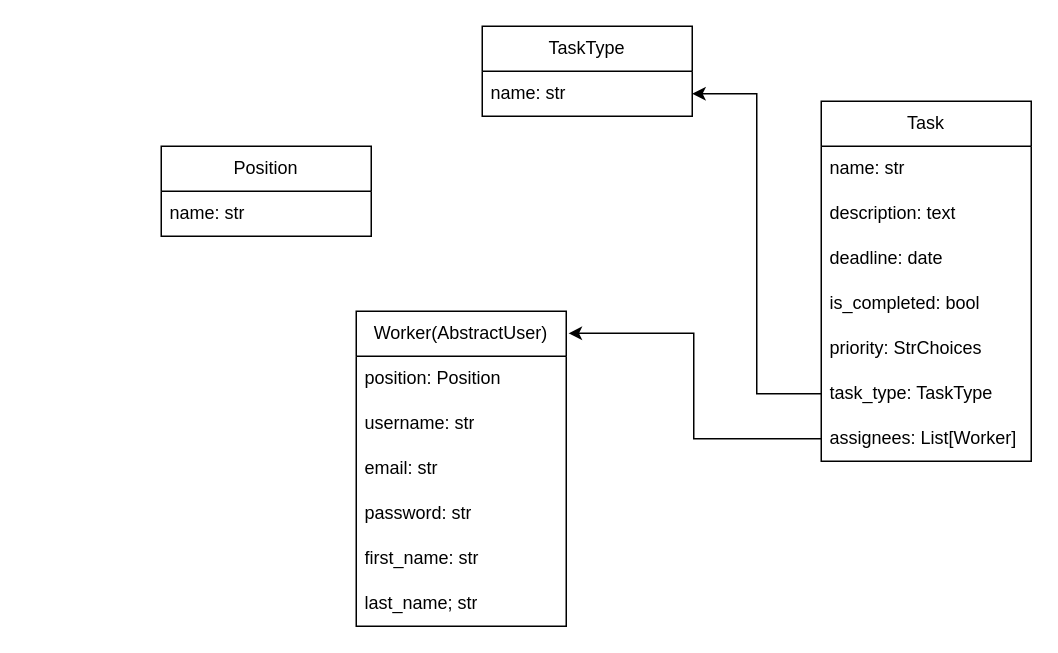
This is Untitled Diagram.drawio from Olevsky-Ivan/IT-Company-Task-Manager, a draw.io file, before an edit. Source tidied: cells renumbered, new cells numbered last; positions are measured from the earlier drawing's top-left corner, leaving out a move shared by most shapes. Both pictures are drawn from the tidied source at 150%, with x=0, y=0 at pixel (160, 26).
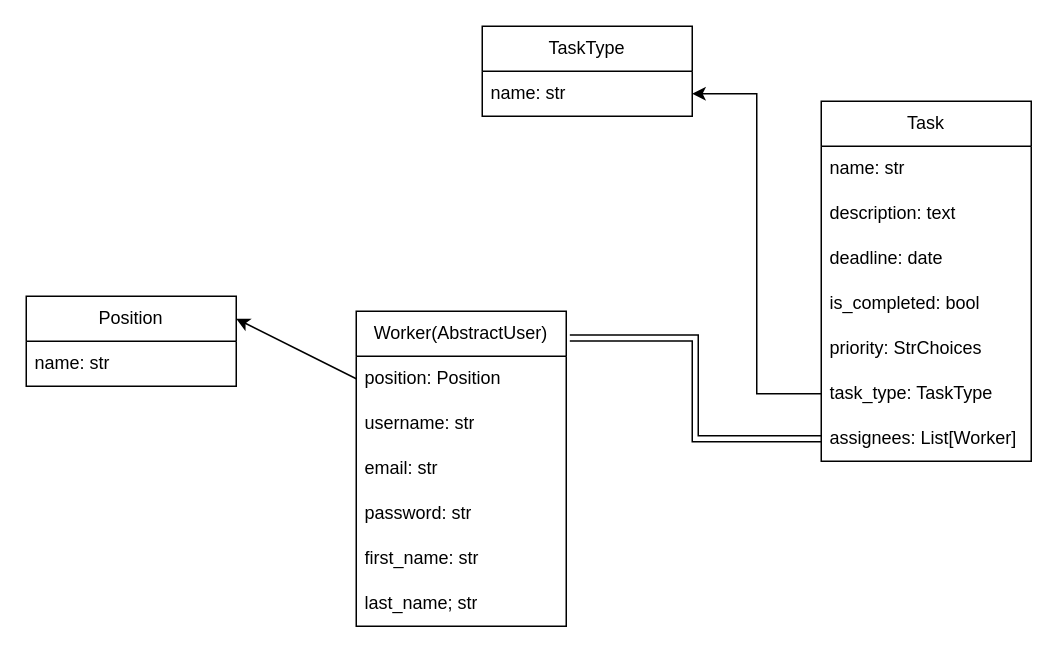
The same page after the edit.

The change refers to these unchanged cells:
```xml
<mxCell id="10" value="assignees: List[Worker]" style="text;strokeColor=none;fillColor=none;align=left;verticalAlign=middle;spacingLeft=4;spacingRight=4;overflow=hidden;points=[[0,0.5],[1,0.5]];portConstraint=eastwest;whiteSpace=wrap;html=1;" parent="3" vertex="1">
  <mxGeometry y="210" width="140" height="30" as="geometry" />
</mxCell>
<mxCell id="11" value="Worker(AbstractUser)" style="swimlane;fontStyle=0;horizontal=1;startSize=30;whiteSpace=wrap;html=1;" parent="1" vertex="1">
  <mxGeometry x="130" y="190" width="140" height="210" as="geometry" />
</mxCell>
<mxCell id="12" value="position: Position" style="text;strokeColor=none;fillColor=none;align=left;verticalAlign=middle;spacingLeft=4;spacingRight=4;overflow=hidden;points=[[0,0.5],[1,0.5]];portConstraint=eastwest;whiteSpace=wrap;html=1;" parent="11" vertex="1">
  <mxGeometry y="30" width="140" height="30" as="geometry" />
</mxCell>
```

Diff of the diagram source:
```diff
@@
-    <mxCell id="2" style="edgeStyle=orthogonalEdgeStyle;rounded=0;jettySize=auto;html=1;exitX=0;exitY=0.5;exitDx=0;exitDy=0;entryX=1.011;entryY=0.07;entryDx=0;entryDy=0;entryPerimeter=0;" parent="1" edge="1" source="10" target="11">
-      <mxGeometry relative="1" as="geometry" />
-    </mxCell>
@@
     <mxCell id="18" value="Position" style="swimlane;fontStyle=0;horizontal=1;startSize=30;whiteSpace=wrap;html=1;" parent="1" vertex="1">
-      <mxGeometry y="80" width="140" height="60" as="geometry" />
+      <mxGeometry x="-90" y="180" width="140" height="60" as="geometry" />
     </mxCell>
@@
+    <mxCell id="2" style="edgeStyle=elbowEdgeStyle;shape=link;rounded=0;jettySize=auto;html=1;exitX=0;exitY=0.5;exitDx=0;exitDy=0;entryX=1.017;entryY=0.085;entryDx=0;entryDy=0;entryPerimeter=0;" parent="1" edge="1" source="10" target="11">
+      <mxGeometry relative="1" as="geometry" />
+    </mxCell>
+    <mxCell id="23" style="edgeStyle=none;rounded=0;jettySize=auto;html=1;exitX=0;exitY=0.5;exitDx=0;exitDy=0;entryX=1;entryY=0.25;entryDx=0;entryDy=0;" parent="1" edge="1" source="12" target="18">
+      <mxGeometry relative="1" as="geometry" />
+    </mxCell>
```
